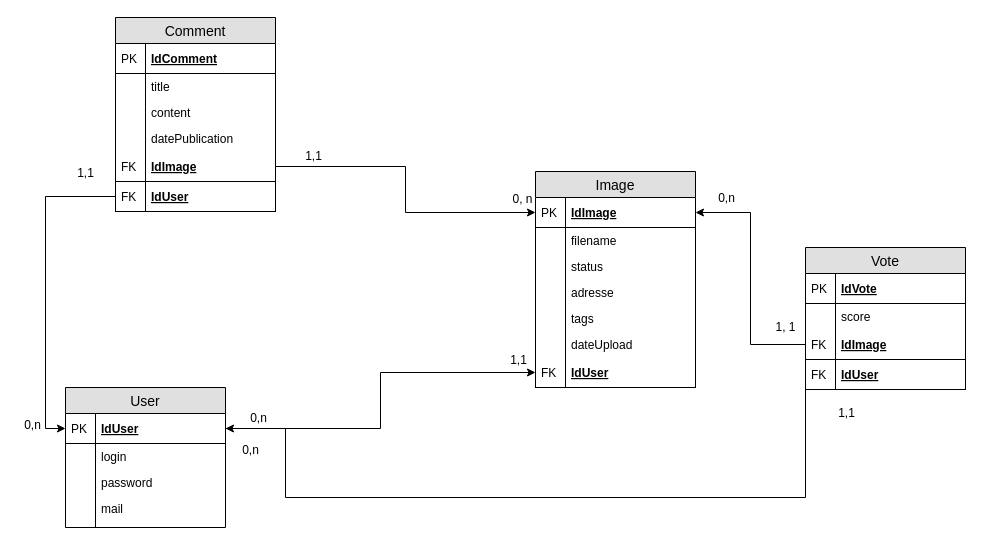
This is MLD/MLD.drawio from Pierre56-29/FOAD-03-02-2020, a draw.io file, before an edit. Source tidied: cells renumbered, new cells numbered last; positions are measured from the earlier drawing's top-left corner, leaving out a move shared by most shapes. Both pictures are drawn from the tidied source at 100%, with x=0, y=0 at pixel (17, 17).
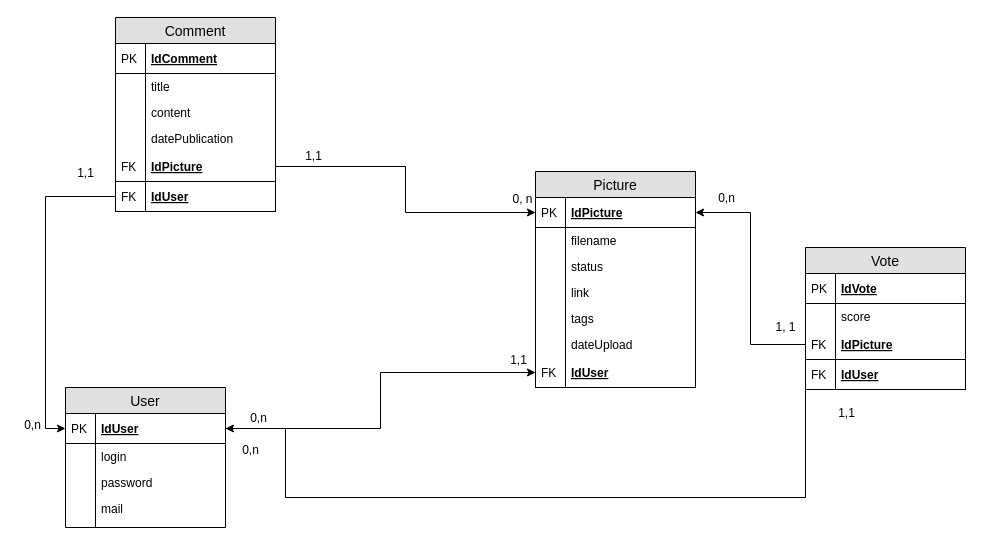
The same diagram, later.

Commit message:
MLD màj

Unchanged cells that the change refers to:
```xml
<mxCell id="29" value="Comment" style="swimlane;fontStyle=0;horizontal=1;startSize=26;fillColor=#e0e0e0;swimlaneFillColor=#ffffff;align=center;fontSize=14;" parent="1" vertex="1">
  <mxGeometry x="98" width="160" height="194" as="geometry" />
</mxCell>
<mxCell id="42" value="Vote" style="swimlane;fontStyle=0;horizontal=1;startSize=26;fillColor=#e0e0e0;swimlaneFillColor=#ffffff;align=center;fontSize=14;" parent="1" vertex="1">
  <mxGeometry x="788" y="230" width="160" height="142" as="geometry" />
</mxCell>
```

What changed in the source:
```diff
@@
-    <mxCell id="13" value="Image" style="swimlane;fontStyle=0;horizontal=1;startSize=26;fillColor=#e0e0e0;swimlaneFillColor=#ffffff;align=center;fontSize=14;" parent="1" vertex="1">
+    <mxCell id="13" value="Picture" style="swimlane;fontStyle=0;horizontal=1;startSize=26;fillColor=#e0e0e0;swimlaneFillColor=#ffffff;align=center;fontSize=14;" parent="1" vertex="1">
       <mxGeometry x="518" y="154" width="160" height="216" as="geometry" />
     </mxCell>
-    <mxCell id="14" value="IdImage" style="shape=partialRectangle;top=0;left=0;right=0;bottom=1;align=left;verticalAlign=middle;fillColor=none;spacingLeft=34;spacingRight=4;overflow=hidden;points=[[0,0.5],[1,0.5]];portConstraint=eastwest;fontStyle=5;fontSize=12;" parent="13" vertex="1">
+    <mxCell id="14" value="IdPicture" style="shape=partialRectangle;top=0;left=0;right=0;bottom=1;align=left;verticalAlign=middle;fillColor=none;spacingLeft=34;spacingRight=4;overflow=hidden;points=[[0,0.5],[1,0.5]];portConstraint=eastwest;fontStyle=5;fontSize=12;" parent="13" vertex="1">
       <mxGeometry y="26" width="160" height="30" as="geometry" />
     </mxCell>
@@
-    <mxCell id="20" value="adresse" style="shape=partialRectangle;top=0;left=0;right=0;bottom=0;align=left;verticalAlign=top;fillColor=none;spacingLeft=34;spacingRight=4;overflow=hidden;fontSize=12;" parent="13" vertex="1">
+    <mxCell id="20" value="link" style="shape=partialRectangle;top=0;left=0;right=0;bottom=0;align=left;verticalAlign=top;fillColor=none;spacingLeft=34;spacingRight=4;overflow=hidden;fontSize=12;" parent="13" vertex="1">
       <mxGeometry y="108" width="160" height="26" as="geometry" />
     </mxCell>
@@
-    <mxCell id="38" value="IdImage" style="shape=partialRectangle;top=0;left=0;right=0;bottom=1;align=left;verticalAlign=middle;fillColor=none;spacingLeft=34;spacingRight=4;overflow=hidden;points=[[0,0.5],[1,0.5]];portConstraint=eastwest;fontStyle=5;fontSize=12;" parent="29" vertex="1">
+    <mxCell id="38" value="IdPicture" style="shape=partialRectangle;top=0;left=0;right=0;bottom=1;align=left;verticalAlign=middle;fillColor=none;spacingLeft=34;spacingRight=4;overflow=hidden;points=[[0,0.5],[1,0.5]];portConstraint=eastwest;fontStyle=5;fontSize=12;" parent="29" vertex="1">
       <mxGeometry y="134" width="160" height="30" as="geometry" />
     </mxCell>
@@
-    <mxCell id="47" value="IdImage" style="shape=partialRectangle;top=0;left=0;right=0;bottom=1;align=left;verticalAlign=middle;fillColor=none;spacingLeft=34;spacingRight=4;overflow=hidden;points=[[0,0.5],[1,0.5]];portConstraint=eastwest;fontStyle=5;fontSize=12;" parent="42" vertex="1">
+    <mxCell id="47" value="IdPicture" style="shape=partialRectangle;top=0;left=0;right=0;bottom=1;align=left;verticalAlign=middle;fillColor=none;spacingLeft=34;spacingRight=4;overflow=hidden;points=[[0,0.5],[1,0.5]];portConstraint=eastwest;fontStyle=5;fontSize=12;" parent="42" vertex="1">
       <mxGeometry y="82" width="160" height="30" as="geometry" />
     </mxCell>
```
